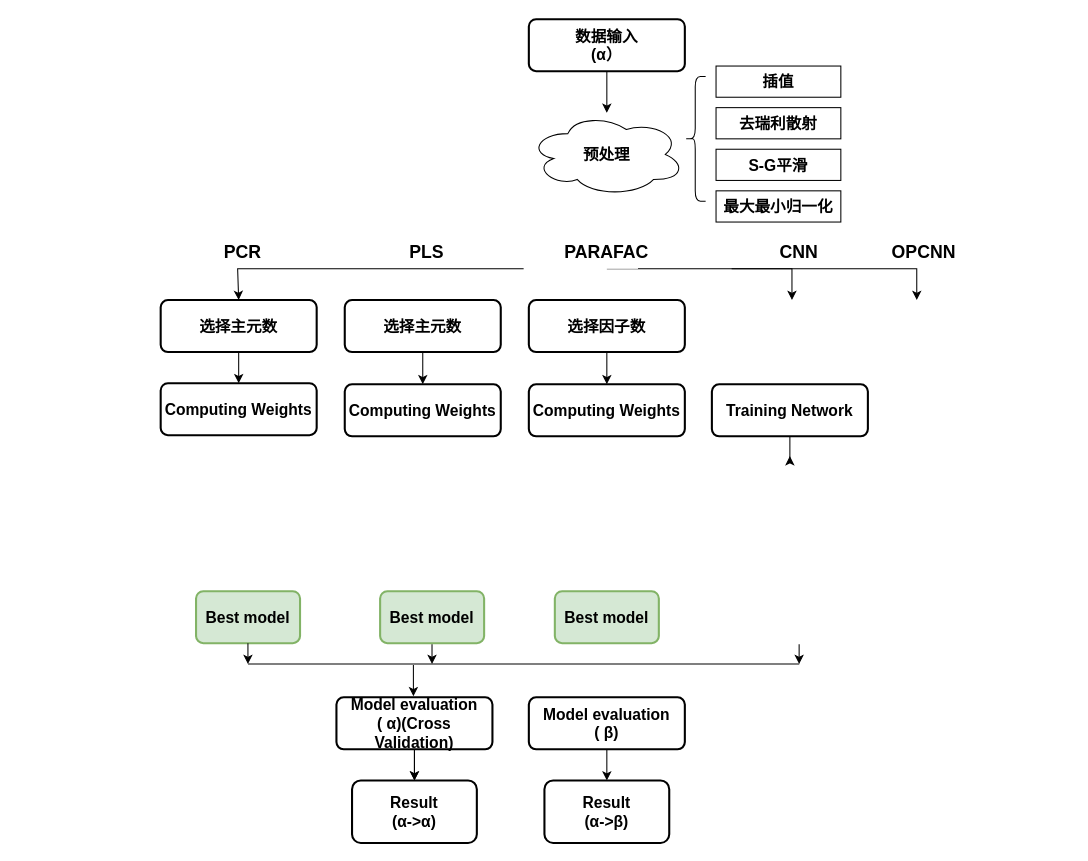
chbambooshoot/digram keeps this draw.io diagram as big_paper/第三章.drawio. Above is the earlier version. Source tidied: cells renumbered, new cells numbered last; positions are measured from the earlier drawing's top-left corner, leaving out a move shared by most shapes. Both pictures are drawn from the tidied source at 104%, with x=0, y=0 at pixel (160, 19).
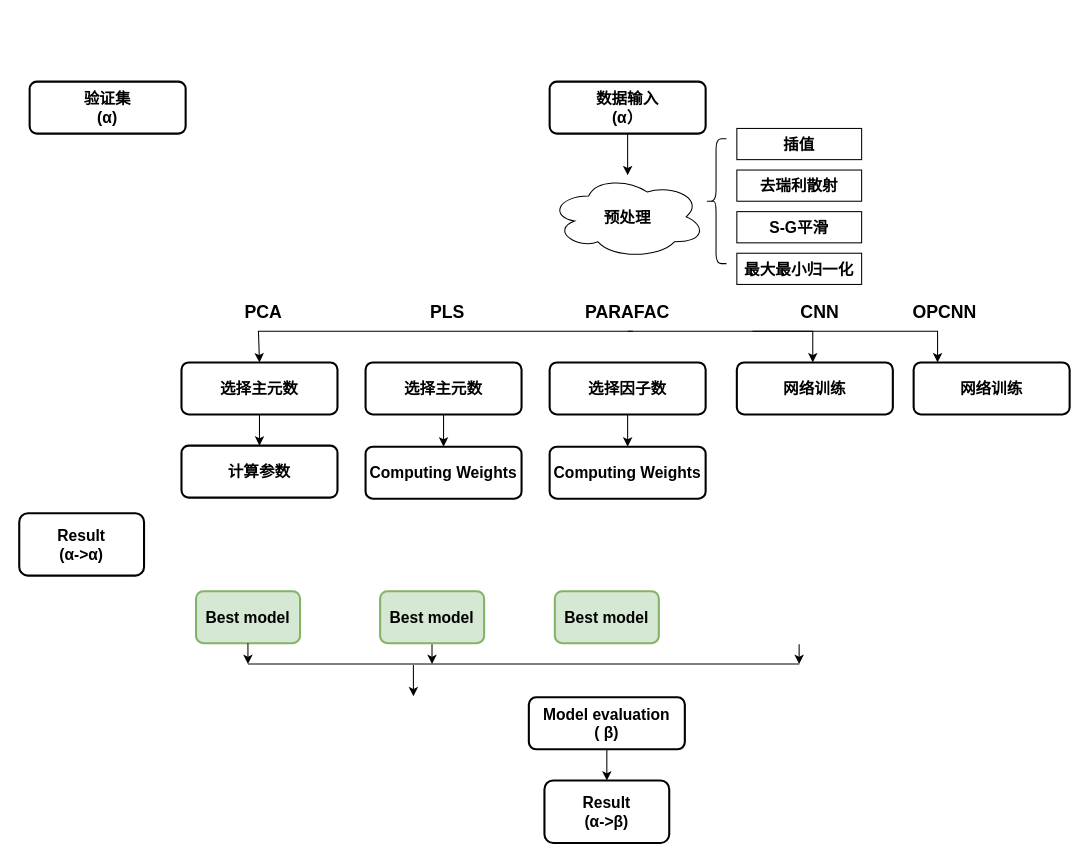
After the change.

Commit message (it also covers changes not shown here):
更新第三章.drawio

Change to the diagram source:
```diff
@@
     <mxCell id="3" value="数据输入&lt;br style=&quot;font-size: 15px;&quot;&gt;(α）" style="rounded=1;whiteSpace=wrap;html=1;absoluteArcSize=1;arcSize=14;strokeWidth=2;fontSize=15;fontStyle=1;" parent="1" vertex="1">
-      <mxGeometry x="354" width="150" height="50" as="geometry" />
+      <mxGeometry x="374" y="60" width="150" height="50" as="geometry" />
     </mxCell>
     <mxCell id="4" value="预处理" style="ellipse;shape=cloud;whiteSpace=wrap;html=1;fontSize=15;fontStyle=1;" parent="1" vertex="1">
-      <mxGeometry x="354" y="90" width="150" height="80" as="geometry" />
+      <mxGeometry x="374" y="150" width="150" height="80" as="geometry" />
     </mxCell>
     <mxCell id="5" style="shape=curlyBracket;whiteSpace=wrap;html=1;rounded=1;labelPosition=left;verticalLabelPosition=middle;align=right;verticalAlign=middle;fontSize=15;fontStyle=1;" parent="1" vertex="1">
-      <mxGeometry x="504" y="55" width="20" height="120" as="geometry" />
+      <mxGeometry x="524" y="115" width="20" height="120" as="geometry" />
     </mxCell>
     <mxCell id="6" value="插值" style="rounded=0;whiteSpace=wrap;html=1;fontSize=15;fontStyle=1;" parent="1" vertex="1">
-      <mxGeometry x="534" y="45" width="120" height="30" as="geometry" />
+      <mxGeometry x="554" y="105" width="120" height="30" as="geometry" />
     </mxCell>
     <mxCell id="7" value="去瑞利散射" style="rounded=0;whiteSpace=wrap;html=1;fontSize=15;fontStyle=1;" parent="1" vertex="1">
-      <mxGeometry x="534" y="85" width="120" height="30" as="geometry" />
+      <mxGeometry x="554" y="145" width="120" height="30" as="geometry" />
     </mxCell>
     <mxCell id="8" value="最大最小归一化" style="rounded=0;whiteSpace=wrap;html=1;fontSize=15;fontStyle=1;" parent="1" vertex="1">
-      <mxGeometry x="534" y="165" width="120" height="30" as="geometry" />
+      <mxGeometry x="554" y="225" width="120" height="30" as="geometry" />
     </mxCell>
     <mxCell id="9" value="S-G平滑" style="rounded=0;whiteSpace=wrap;html=1;fontSize=15;fontStyle=1;" parent="1" vertex="1">
-      <mxGeometry x="534" y="125" width="120" height="30" as="geometry" />
+      <mxGeometry x="554" y="185" width="120" height="30" as="geometry" />
     </mxCell>
     <mxCell id="10" style="edgeStyle=orthogonalEdgeStyle;rounded=0;jettySize=auto;html=1;fontSize=15;fontStyle=1;" parent="1" edge="1" source="11">
       <mxGeometry relative="1" as="geometry">
-        <mxPoint x="75" y="350" as="targetPoint" />
+        <mxPoint x="95" y="410" as="targetPoint" />
       </mxGeometry>
     </mxCell>
     <mxCell id="11" value="选择主元数" style="rounded=1;whiteSpace=wrap;html=1;absoluteArcSize=1;arcSize=14;strokeWidth=2;fontSize=15;fontStyle=1;" parent="1" vertex="1">
-      <mxGeometry y="270" width="150" height="50" as="geometry" />
+      <mxGeometry x="20" y="330" width="150" height="50" as="geometry" />
     </mxCell>
@@
     <mxCell id="13" value="选择主元数" style="rounded=1;whiteSpace=wrap;html=1;absoluteArcSize=1;arcSize=14;strokeWidth=2;fontSize=15;fontStyle=1;" parent="1" vertex="1">
-      <mxGeometry x="177" y="270" width="150" height="50" as="geometry" />
+      <mxGeometry x="197" y="330" width="150" height="50" as="geometry" />
     </mxCell>
@@
     <mxCell id="15" value="选择因子数" style="rounded=1;whiteSpace=wrap;html=1;absoluteArcSize=1;arcSize=14;strokeWidth=2;fontSize=15;fontStyle=1;" parent="1" vertex="1">
-      <mxGeometry x="354" y="270" width="150" height="50" as="geometry" />
+      <mxGeometry x="374" y="330" width="150" height="50" as="geometry" />
     </mxCell>
-    <mxCell id="16" value="Computing Weights" style="rounded=1;whiteSpace=wrap;html=1;absoluteArcSize=1;arcSize=14;strokeWidth=2;fontSize=15;fontStyle=1;" parent="1" vertex="1">
-      <mxGeometry y="350" width="150" height="50" as="geometry" />
+    <mxCell id="16" value="计算参数" style="rounded=1;whiteSpace=wrap;html=1;absoluteArcSize=1;arcSize=14;strokeWidth=2;fontSize=15;fontStyle=1;" parent="1" vertex="1">
+      <mxGeometry x="20" y="410" width="150" height="50" as="geometry" />
     </mxCell>
     <mxCell id="17" value="Computing Weights" style="rounded=1;whiteSpace=wrap;html=1;absoluteArcSize=1;arcSize=14;strokeWidth=2;fontSize=15;fontStyle=1;" parent="1" vertex="1">
-      <mxGeometry x="177" y="351" width="150" height="50" as="geometry" />
+      <mxGeometry x="197" y="411" width="150" height="50" as="geometry" />
     </mxCell>
     <mxCell id="18" value="Computing Weights" style="rounded=1;whiteSpace=wrap;html=1;absoluteArcSize=1;arcSize=14;strokeWidth=2;fontSize=15;fontStyle=1;" parent="1" vertex="1">
-      <mxGeometry x="354" y="351" width="150" height="50" as="geometry" />
+      <mxGeometry x="374" y="411" width="150" height="50" as="geometry" />
     </mxCell>
-    <mxCell id="19" style="edgeStyle=orthogonalEdgeStyle;rounded=0;jettySize=auto;html=1;fontSize=15;fontStyle=1;" parent="1" edge="1" source="20">
-      <mxGeometry relative="1" as="geometry">
-        <mxPoint x="605" y="420" as="targetPoint" />
-      </mxGeometry>
-    </mxCell>
-    <mxCell id="20" value="Training Network" style="rounded=1;whiteSpace=wrap;html=1;absoluteArcSize=1;arcSize=14;strokeWidth=2;fontSize=15;fontStyle=1;" parent="1" vertex="1">
-      <mxGeometry x="530" y="351" width="150" height="50" as="geometry" />
+    <mxCell id="20" value="网络训练" style="rounded=1;whiteSpace=wrap;html=1;absoluteArcSize=1;arcSize=14;strokeWidth=2;fontSize=15;fontStyle=1;" parent="1" vertex="1">
+      <mxGeometry x="554" y="330" width="150" height="50" as="geometry" />
     </mxCell>
@@
     <mxCell id="23" style="edgeStyle=orthogonalEdgeStyle;rounded=0;orthogonalLoop=1;jettySize=auto;html=1;fontSize=15;fontStyle=1;" parent="1" edge="1">
       <mxGeometry relative="1" as="geometry">
-        <mxPoint x="429" y="240" as="sourcePoint" />
-        <mxPoint x="607" y="270" as="targetPoint" />
+        <mxPoint x="449" y="300" as="sourcePoint" />
+        <mxPoint x="627" y="330" as="targetPoint" />
         <Array as="points">
-          <mxPoint x="519" y="240" />
-          <mxPoint x="607" y="240" />
+          <mxPoint x="539" y="300" />
+          <mxPoint x="627" y="300" />
         </Array>
       </mxGeometry>
     </mxCell>
     <mxCell id="24" style="edgeStyle=orthogonalEdgeStyle;rounded=0;jettySize=auto;html=1;entryX=0.5;entryY=0;entryDx=0;entryDy=0;fontSize=15;fontStyle=1;" parent="1" edge="1" target="11">
       <mxGeometry relative="1" as="geometry">
-        <mxPoint x="349" y="240" as="sourcePoint" />
+        <mxPoint x="454" y="300" as="sourcePoint" />
         <Array as="points">
-          <mxPoint x="74" y="240" />
-          <mxPoint x="74" y="270" />
+          <mxPoint x="94" y="300" />
+          <mxPoint x="94" y="330" />
         </Array>
       </mxGeometry>
     </mxCell>
@@
-    <mxCell id="28" style="edgeStyle=orthogonalEdgeStyle;rounded=0;jettySize=auto;html=1;fontSize=15;fontStyle=1;" parent="1" edge="1" source="30" target="31">
-      <mxGeometry relative="1" as="geometry" />
-    </mxCell>
-    <mxCell id="29" style="edgeStyle=orthogonalEdgeStyle;rounded=0;jettySize=auto;html=1;" parent="1" edge="1" source="30" target="31">
-      <mxGeometry relative="1" as="geometry" />
-    </mxCell>
-    <mxCell id="30" value="Model evaluation&lt;br style=&quot;font-size: 15px;&quot;&gt;( α)(Cross Validation)" style="rounded=1;whiteSpace=wrap;html=1;absoluteArcSize=1;arcSize=14;strokeWidth=2;fontSize=15;fontStyle=1;" parent="1" vertex="1">
-      <mxGeometry x="169" y="652" width="150" height="50" as="geometry" />
+    <mxCell id="30" value="验证集&lt;br style=&quot;font-size: 15px;&quot;&gt;(α)" style="rounded=1;whiteSpace=wrap;html=1;absoluteArcSize=1;arcSize=14;strokeWidth=2;fontSize=15;fontStyle=1;" parent="1" vertex="1">
+      <mxGeometry x="-126" y="60" width="150" height="50" as="geometry" />
     </mxCell>
     <mxCell id="31" value="Result&lt;br style=&quot;font-size: 15px;&quot;&gt;(α-&amp;gt;α)" style="whiteSpace=wrap;html=1;rounded=1;arcSize=14;strokeWidth=2;fontSize=15;fontStyle=1;" parent="1" vertex="1">
-      <mxGeometry x="184" y="732" width="120" height="60" as="geometry" />
+      <mxGeometry x="-136" y="475" width="120" height="60" as="geometry" />
     </mxCell>
@@
-    <mxCell id="38" value="&lt;b&gt;&lt;font style=&quot;font-size: 17px;&quot;&gt;PCR&lt;/font&gt;&lt;/b&gt;" style="text;html=1;strokeColor=none;fillColor=none;align=center;verticalAlign=middle;whiteSpace=wrap;rounded=0;" parent="1" vertex="1">
-      <mxGeometry x="49" y="210" width="60" height="30" as="geometry" />
+    <mxCell id="38" value="&lt;b&gt;&lt;font style=&quot;font-size: 17px;&quot;&gt;PCA&lt;/font&gt;&lt;/b&gt;" style="text;html=1;strokeColor=none;fillColor=none;align=center;verticalAlign=middle;whiteSpace=wrap;rounded=0;" parent="1" vertex="1">
+      <mxGeometry x="69" y="268" width="60" height="30" as="geometry" />
     </mxCell>
     <mxCell id="39" value="&lt;span style=&quot;font-size: 17px;&quot;&gt;&lt;b&gt;PLS&lt;br&gt;&lt;/b&gt;&lt;/span&gt;" style="text;html=1;strokeColor=none;fillColor=none;align=center;verticalAlign=middle;whiteSpace=wrap;rounded=0;" parent="1" vertex="1">
-      <mxGeometry x="226" y="210" width="60" height="30" as="geometry" />
+      <mxGeometry x="246" y="268" width="60" height="30" as="geometry" />
     </mxCell>
     <mxCell id="40" value="&lt;span style=&quot;font-size: 17px;&quot;&gt;&lt;b&gt;PARAFAC&lt;br&gt;&lt;/b&gt;&lt;/span&gt;" style="text;html=1;strokeColor=none;fillColor=default;align=center;verticalAlign=middle;whiteSpace=wrap;rounded=0;gradientColor=none;" parent="1" vertex="1">
-      <mxGeometry x="399" y="210" width="60" height="30" as="geometry" />
+      <mxGeometry x="419" y="268" width="60" height="30" as="geometry" />
     </mxCell>
     <mxCell id="41" value="&lt;span style=&quot;font-size: 17px;&quot;&gt;&lt;b&gt;OPCNN&lt;br&gt;&lt;/b&gt;&lt;/span&gt;" style="text;html=1;strokeColor=none;fillColor=none;align=center;verticalAlign=middle;whiteSpace=wrap;rounded=0;" parent="1" vertex="1">
-      <mxGeometry x="704" y="210" width="60" height="30" as="geometry" />
+      <mxGeometry x="724" y="268" width="60" height="30" as="geometry" />
     </mxCell>
     <mxCell id="42" style="edgeStyle=orthogonalEdgeStyle;rounded=0;orthogonalLoop=1;jettySize=auto;html=1;fontSize=15;fontStyle=1;" parent="1" edge="1">
       <mxGeometry relative="1" as="geometry">
-        <mxPoint x="549" y="240" as="sourcePoint" />
-        <mxPoint x="727" y="270" as="targetPoint" />
+        <mxPoint x="569" y="300" as="sourcePoint" />
+        <mxPoint x="747" y="330" as="targetPoint" />
         <Array as="points">
-          <mxPoint x="639" y="240" />
-          <mxPoint x="727" y="240" />
+          <mxPoint x="747" y="300" />
         </Array>
       </mxGeometry>
     </mxCell>
     <mxCell id="43" value="&lt;span style=&quot;font-size: 17px;&quot;&gt;&lt;b&gt;CNN&lt;br&gt;&lt;/b&gt;&lt;/span&gt;" style="text;html=1;strokeColor=none;fillColor=none;align=center;verticalAlign=middle;whiteSpace=wrap;rounded=0;" parent="1" vertex="1">
-      <mxGeometry x="584" y="210" width="60" height="30" as="geometry" />
+      <mxGeometry x="604" y="268" width="60" height="30" as="geometry" />
     </mxCell>
+    <mxCell id="44" value="网络训练" style="rounded=1;whiteSpace=wrap;html=1;absoluteArcSize=1;arcSize=14;strokeWidth=2;fontSize=15;fontStyle=1;" parent="1" vertex="1">
+      <mxGeometry x="724" y="330" width="150" height="50" as="geometry" />
+    </mxCell>
```
